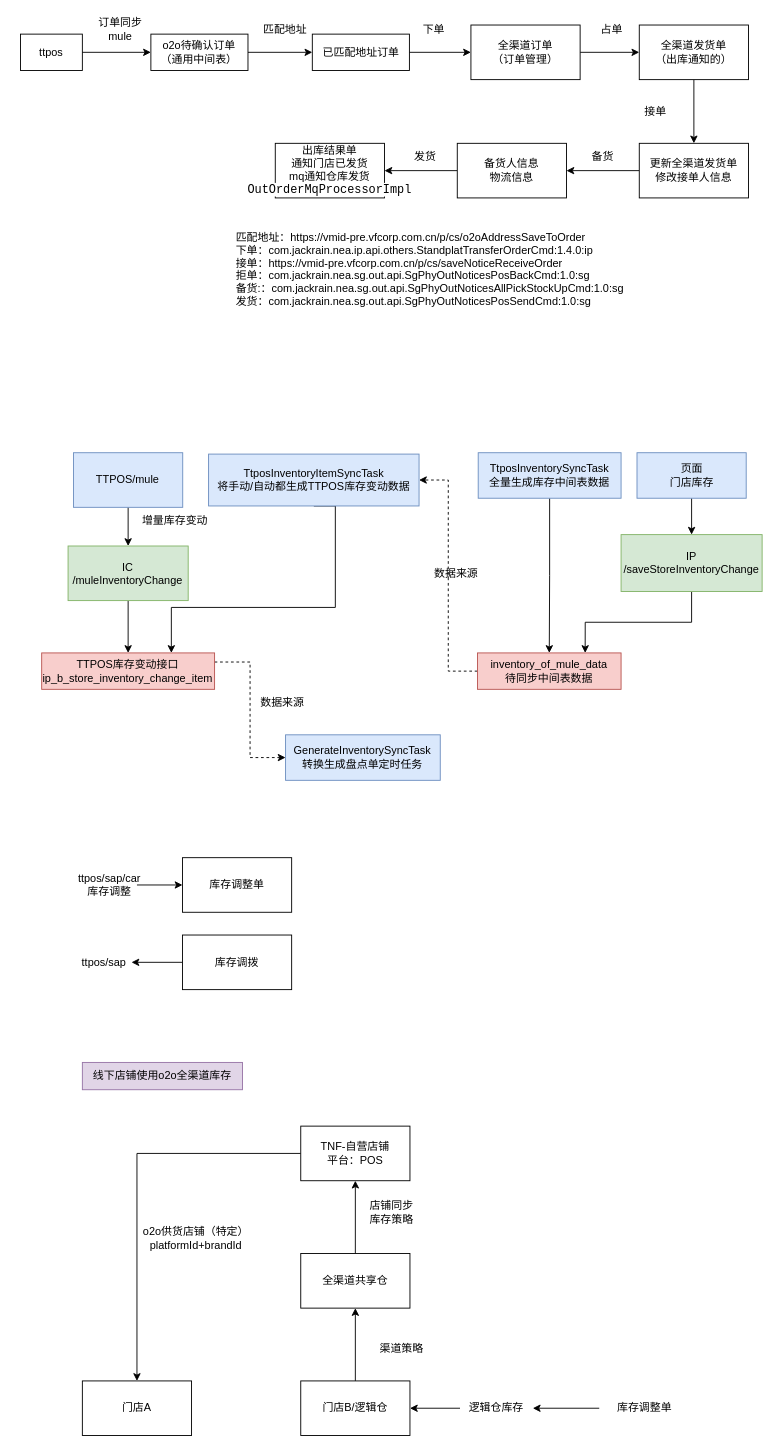
Before: VF/VMID/o2o_flow.drawio in yeahsyoung/diagram, a draw.io diagram. Source tidied: cells renumbered, new cells numbered last; positions are measured from the earlier drawing's top-left corner, leaving out a move shared by most shapes. Both pictures are drawn from the tidied source at 91%, with x=0, y=0 at pixel (20, 15).
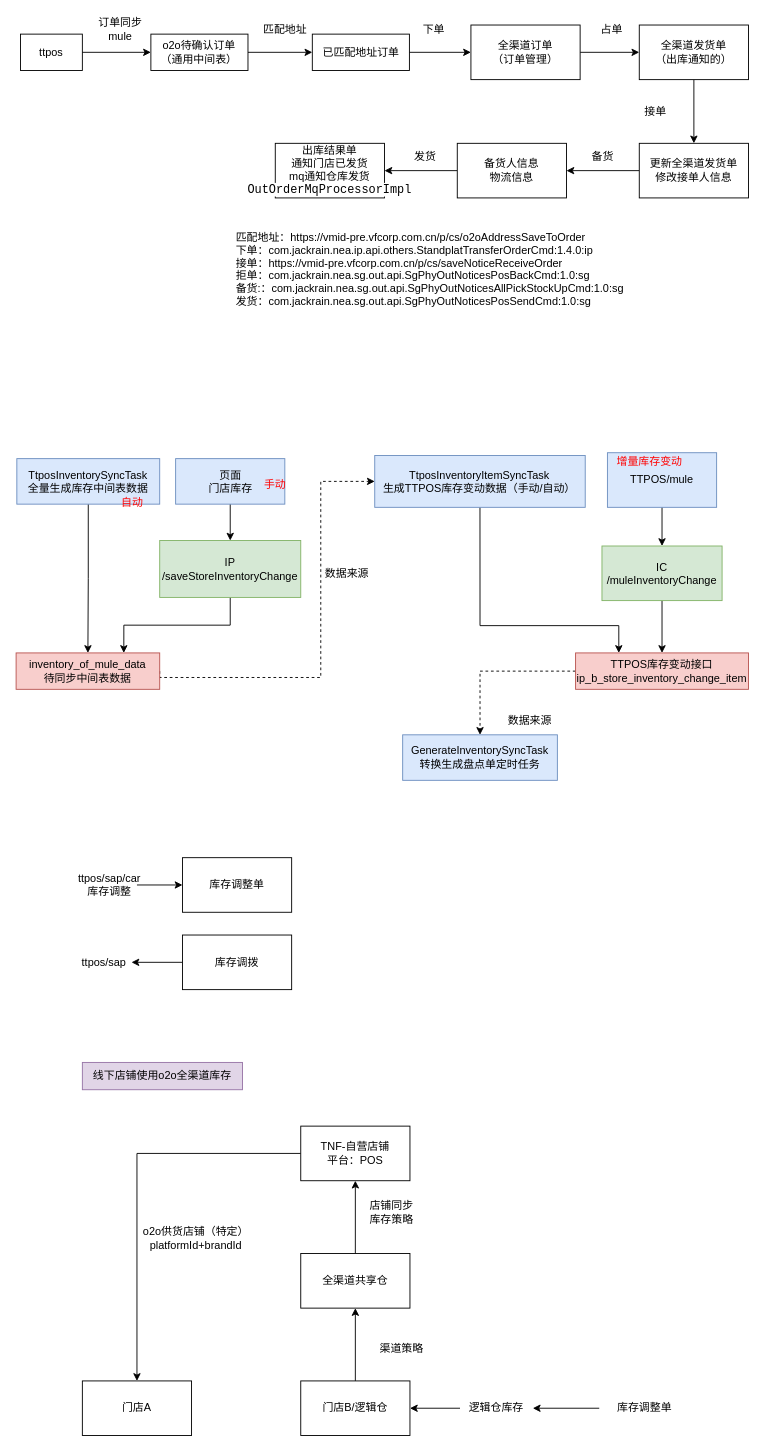
Above is the later version.

Change to the diagram source:
```diff
@@
     <mxCell id="47" value="TTPOS/mule" style="rounded=0;whiteSpace=wrap;html=1;fillColor=#dae8fc;strokeColor=#6c8ebf;" parent="1" vertex="1">
-      <mxGeometry x="58.3" y="480" width="120" height="60" as="geometry" />
+      <mxGeometry x="645" y="480" width="120" height="60" as="geometry" />
     </mxCell>
@@
     <mxCell id="49" value="IC&#10;/muleInventoryChange" style="rounded=0;whiteSpace=wrap;fillColor=#d5e8d4;strokeColor=#82b366;" parent="1" vertex="1">
-      <mxGeometry x="52.3" y="582.5" width="132" height="60" as="geometry" />
+      <mxGeometry x="639" y="582.5" width="132" height="60" as="geometry" />
     </mxCell>
-    <mxCell id="50" value="增量库存变动" style="text;html=1;whiteSpace=wrap;strokeColor=none;fillColor=none;align=center;verticalAlign=middle;rounded=0;" parent="1" vertex="1">
-      <mxGeometry x="105" y="540" width="130" height="30" as="geometry" />
+    <mxCell id="50" value="增量库存变动" style="text;html=1;whiteSpace=wrap;strokeColor=none;fillColor=none;align=center;verticalAlign=middle;rounded=0;fontColor=#FF0000;" parent="1" vertex="1">
+      <mxGeometry x="647" y="475" width="89" height="30" as="geometry" />
     </mxCell>
-    <mxCell id="51" style="edgeStyle=orthogonalEdgeStyle;rounded=0;jettySize=auto;html=1;exitX=1;exitY=0.25;exitDx=0;exitDy=0;entryX=0;entryY=0.5;entryDx=0;entryDy=0;dashed=1;" parent="1" edge="1" source="52" target="53">
+    <mxCell id="51" style="edgeStyle=orthogonalEdgeStyle;rounded=0;jettySize=auto;html=1;exitX=0;exitY=0.5;exitDx=0;exitDy=0;entryX=0.5;entryY=0;entryDx=0;entryDy=0;dashed=1;" parent="1" edge="1" source="52" target="53">
       <mxGeometry relative="1" as="geometry" />
     </mxCell>
     <mxCell id="52" value="TTPOS库存变动接口ip_b_store_inventory_change_item" style="rounded=0;whiteSpace=wrap;fillColor=#f8cecc;strokeColor=#b85450;" parent="1" vertex="1">
-      <mxGeometry x="23.3" y="700" width="190" height="40" as="geometry" />
+      <mxGeometry x="610" y="700" width="190" height="40" as="geometry" />
     </mxCell>
     <mxCell id="53" value="GenerateInventorySyncTask&#10;转换生成盘点单定时任务" style="rounded=0;whiteSpace=wrap;fillColor=#dae8fc;strokeColor=#6c8ebf;" parent="1" vertex="1">
-      <mxGeometry x="291.3" y="790" width="170" height="50" as="geometry" />
+      <mxGeometry x="420" y="790" width="170" height="50" as="geometry" />
     </mxCell>
@@
     <mxCell id="55" value="TtposInventorySyncTask&#10;全量生成库存中间表数据" style="whiteSpace=wrap;fillColor=#dae8fc;strokeColor=#6c8ebf;" parent="1" vertex="1">
-      <mxGeometry x="503" y="480" width="157" height="50" as="geometry" />
+      <mxGeometry x="-4" y="486.5" width="157" height="50" as="geometry" />
     </mxCell>
-    <mxCell id="56" style="edgeStyle=orthogonalEdgeStyle;rounded=0;jettySize=auto;html=1;exitX=0;exitY=0.5;exitDx=0;exitDy=0;entryX=1;entryY=0.5;entryDx=0;entryDy=0;dashed=1;" parent="1" edge="1" source="57" target="59">
-      <mxGeometry relative="1" as="geometry" />
+    <mxCell id="56" style="edgeStyle=orthogonalEdgeStyle;rounded=0;jettySize=auto;html=1;exitX=1;exitY=0.5;exitDx=0;exitDy=0;entryX=0;entryY=0.5;entryDx=0;entryDy=0;dashed=1;" parent="1" edge="1" source="57" target="59">
+      <mxGeometry relative="1" as="geometry">
+        <Array as="points">
+          <mxPoint x="330" y="727" />
+          <mxPoint x="330" y="512" />
+        </Array>
+      </mxGeometry>
     </mxCell>
     <mxCell id="57" value="inventory_of_mule_data&#10;待同步中间表数据" style="rounded=0;whiteSpace=wrap;fillColor=#f8cecc;strokeColor=#b85450;" parent="1" vertex="1">
-      <mxGeometry x="502.2" y="700" width="157.8" height="40" as="geometry" />
+      <mxGeometry x="-4.8" y="700" width="157.8" height="40" as="geometry" />
     </mxCell>
-    <mxCell id="58" style="edgeStyle=orthogonalEdgeStyle;rounded=0;jettySize=auto;html=1;exitX=0.5;exitY=1;exitDx=0;exitDy=0;entryX=0.75;entryY=0;entryDx=0;entryDy=0;" parent="1" edge="1" source="59" target="52">
+    <mxCell id="58" style="edgeStyle=orthogonalEdgeStyle;rounded=0;jettySize=auto;html=1;exitX=0.5;exitY=1;exitDx=0;exitDy=0;entryX=0.25;entryY=0;entryDx=0;entryDy=0;" parent="1" edge="1" source="59" target="52">
       <mxGeometry relative="1" as="geometry">
         <Array as="points">
-          <mxPoint x="346" y="650" />
-          <mxPoint x="166" y="650" />
+          <mxPoint x="505" y="670" />
+          <mxPoint x="658" y="670" />
         </Array>
       </mxGeometry>
     </mxCell>
-    <mxCell id="59" value="TtposInventoryItemSyncTask&#10;将手动/自动都生成TTPOS库存变动数据" style="rounded=0;whiteSpace=wrap;fillColor=#dae8fc;strokeColor=#6c8ebf;" parent="1" vertex="1">
-      <mxGeometry x="206.7" y="481.5" width="231.3" height="57" as="geometry" />
+    <mxCell id="59" value="TtposInventoryItemSyncTask&#10;生成TTPOS库存变动数据（手动/自动）" style="rounded=0;whiteSpace=wrap;fillColor=#dae8fc;strokeColor=#6c8ebf;" parent="1" vertex="1">
+      <mxGeometry x="389.3" y="483" width="231.3" height="57" as="geometry" />
     </mxCell>
     <mxCell id="60" value="数据来源" style="text;html=1;whiteSpace=wrap;strokeColor=none;fillColor=none;align=center;verticalAlign=middle;rounded=0;" parent="1" vertex="1">
-      <mxGeometry x="258" y="740" width="60" height="30" as="geometry" />
+      <mxGeometry x="530" y="760" width="60" height="30" as="geometry" />
     </mxCell>
     <mxCell id="61" value="数据来源" style="text;html=1;whiteSpace=wrap;strokeColor=none;fillColor=none;align=center;verticalAlign=middle;rounded=0;" parent="1" vertex="1">
-      <mxGeometry x="448.7" y="597.5" width="60" height="30" as="geometry" />
+      <mxGeometry x="328.7" y="597.5" width="60" height="30" as="geometry" />
     </mxCell>
@@
     <mxCell id="63" value="页面&lt;div&gt;门店库存&lt;/div&gt;" style="whiteSpace=wrap;html=1;fillColor=#dae8fc;strokeColor=#6c8ebf;" parent="1" vertex="1">
-      <mxGeometry x="677.5" y="480" width="120" height="50" as="geometry" />
+      <mxGeometry x="170.5" y="486.5" width="120" height="50" as="geometry" />
     </mxCell>
@@
     <mxCell id="65" value="IP&#10;/saveStoreInventoryChange" style="whiteSpace=wrap;fillColor=#d5e8d4;strokeColor=#82b366;" parent="1" vertex="1">
-      <mxGeometry x="660" y="570" width="155" height="62.5" as="geometry" />
+      <mxGeometry x="153" y="576.5" width="155" height="62.5" as="geometry" />
     </mxCell>
+    <mxCell id="66" value="自动" style="text;html=1;whiteSpace=wrap;strokeColor=none;fillColor=none;align=center;verticalAlign=middle;rounded=0;fontColor=#FF0000;" parent="1" vertex="1">
+      <mxGeometry x="93" y="520" width="60" height="30" as="geometry" />
+    </mxCell>
+    <mxCell id="67" value="手动" style="text;html=1;whiteSpace=wrap;strokeColor=none;fillColor=none;align=center;verticalAlign=middle;rounded=0;fontColor=#FF0000;" parent="1" vertex="1">
+      <mxGeometry x="250" y="500" width="60" height="30" as="geometry" />
+    </mxCell>
```
